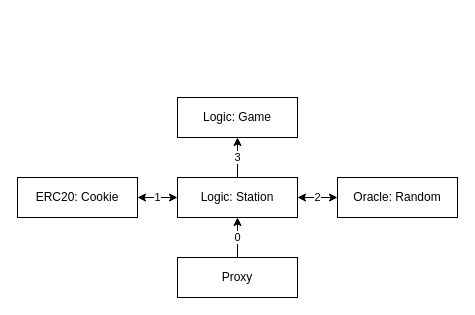
This is Upside_Cookie_Lend.drawio from ooMia/Upside_Cookie_Land, a draw.io file, before an edit. Source tidied: cells renumbered, new cells numbered last; positions are measured from the earlier drawing's top-left corner, leaving out a move shared by most shapes. Both pictures are drawn from the tidied source at 100%, with x=0, y=0 at pixel (17, 97).
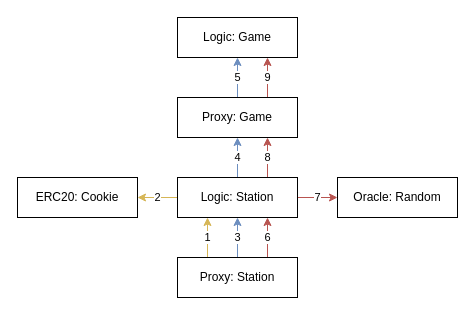
The same page after the edit.

Diff of the diagram source:
```diff
@@
 <mxGraphModel>
   <root>
     <mxCell id="0" />
     <mxCell id="1" parent="0" />
     <mxCell id="2" value="ERC20: Cookie" style="rounded=0;whiteSpace=wrap;html=1;" parent="1" vertex="1">
       <mxGeometry y="80" width="120" height="40" as="geometry" />
     </mxCell>
+    <mxCell id="11" value="5" style="edgeStyle=orthogonalEdgeStyle;rounded=0;jettySize=auto;html=1;entryX=0.5;entryY=1;entryDx=0;entryDy=0;fillColor=#dae8fc;strokeColor=#6c8ebf;" parent="1" edge="1" source="3" target="17">
+      <mxGeometry relative="1" as="geometry" />
+    </mxCell>
+    <mxCell id="12" value="9" style="edgeStyle=orthogonalEdgeStyle;rounded=0;jettySize=auto;html=1;exitX=0.75;exitY=0;exitDx=0;exitDy=0;entryX=0.75;entryY=1;entryDx=0;entryDy=0;fillColor=#f8cecc;strokeColor=#b85450;" parent="1" edge="1" source="3" target="17">
+      <mxGeometry relative="1" as="geometry" />
+    </mxCell>
-    <mxCell id="3" value="Logic: Game" style="rounded=0;whiteSpace=wrap;html=1;" parent="1" vertex="1">
+    <mxCell id="3" value="Proxy: Game" style="rounded=0;whiteSpace=wrap;html=1;" parent="1" vertex="1">
       <mxGeometry x="160" width="120" height="40" as="geometry" />
     </mxCell>
-    <mxCell id="4" value="0" style="edgeStyle=orthogonalEdgeStyle;rounded=0;jettySize=auto;html=1;" parent="1" edge="1" source="5" target="9">
-      <mxGeometry relative="1" as="geometry" />
-    </mxCell>
+    <mxCell id="13" value="6" style="edgeStyle=orthogonalEdgeStyle;rounded=0;jettySize=auto;html=1;exitX=0.75;exitY=0;exitDx=0;exitDy=0;entryX=0.75;entryY=1;entryDx=0;entryDy=0;fillColor=#f8cecc;strokeColor=#b85450;" parent="1" edge="1" source="5" target="9">
+      <mxGeometry relative="1" as="geometry" />
+    </mxCell>
+    <mxCell id="14" value="1" style="edgeStyle=orthogonalEdgeStyle;rounded=0;jettySize=auto;html=1;exitX=0.25;exitY=0;exitDx=0;exitDy=0;entryX=0.25;entryY=1;entryDx=0;entryDy=0;fillColor=#fff2cc;strokeColor=#d6b656;" parent="1" edge="1" source="5" target="9">
+      <mxGeometry relative="1" as="geometry" />
+    </mxCell>
+    <mxCell id="15" value="3" style="edgeStyle=orthogonalEdgeStyle;rounded=0;jettySize=auto;html=1;entryX=0.5;entryY=1;entryDx=0;entryDy=0;fillColor=#dae8fc;strokeColor=#6c8ebf;" parent="1" edge="1" source="5" target="9">
+      <mxGeometry relative="1" as="geometry" />
+    </mxCell>
-    <mxCell id="5" value="Proxy" style="rounded=0;whiteSpace=wrap;html=1;" parent="1" vertex="1">
+    <mxCell id="5" value="Proxy: Station" style="rounded=0;whiteSpace=wrap;html=1;" parent="1" vertex="1">
       <mxGeometry x="160" y="160" width="120" height="40" as="geometry" />
     </mxCell>
-    <mxCell id="6" value="3" style="edgeStyle=orthogonalEdgeStyle;rounded=0;jettySize=auto;html=1;entryX=0.5;entryY=1;entryDx=0;entryDy=0;" parent="1" edge="1" source="9" target="3">
+    <mxCell id="6" value="4" style="edgeStyle=orthogonalEdgeStyle;rounded=0;jettySize=auto;html=1;entryX=0.5;entryY=1;entryDx=0;entryDy=0;fillColor=#dae8fc;strokeColor=#6c8ebf;" parent="1" edge="1" source="9" target="3">
       <mxGeometry relative="1" as="geometry" />
     </mxCell>
-    <mxCell id="7" value="1" style="edgeStyle=orthogonalEdgeStyle;rounded=0;jettySize=auto;html=1;entryX=1;entryY=0.5;entryDx=0;entryDy=0;strokeColor=default;startArrow=classic;startFill=1;" parent="1" edge="1" source="9" target="2">
+    <mxCell id="7" value="2" style="edgeStyle=orthogonalEdgeStyle;rounded=0;jettySize=auto;html=1;entryX=1;entryY=0.5;entryDx=0;entryDy=0;strokeColor=#d6b656;startArrow=none;startFill=0;fillColor=#fff2cc;" parent="1" edge="1" source="9" target="2">
       <mxGeometry relative="1" as="geometry" />
     </mxCell>
-    <mxCell id="8" value="2" style="edgeStyle=orthogonalEdgeStyle;rounded=0;jettySize=auto;html=1;exitX=1;exitY=0.5;exitDx=0;exitDy=0;entryX=0;entryY=0.5;entryDx=0;entryDy=0;startArrow=classic;startFill=1;" parent="1" edge="1" source="9" target="10">
+    <mxCell id="8" value="7" style="edgeStyle=orthogonalEdgeStyle;rounded=0;jettySize=auto;html=1;exitX=1;exitY=0.5;exitDx=0;exitDy=0;entryX=0;entryY=0.5;entryDx=0;entryDy=0;startArrow=none;startFill=0;fillColor=#f8cecc;strokeColor=#b85450;" parent="1" edge="1" source="9" target="10">
       <mxGeometry relative="1" as="geometry" />
     </mxCell>
+    <mxCell id="16" value="8" style="edgeStyle=orthogonalEdgeStyle;rounded=0;jettySize=auto;html=1;exitX=0.75;exitY=0;exitDx=0;exitDy=0;entryX=0.75;entryY=1;entryDx=0;entryDy=0;fillColor=#f8cecc;strokeColor=#b85450;" parent="1" edge="1" source="9" target="3">
+      <mxGeometry relative="1" as="geometry" />
+    </mxCell>
     <mxCell id="9" value="Logic: Station" style="rounded=0;whiteSpace=wrap;html=1;" parent="1" vertex="1">
       <mxGeometry x="160" y="80" width="120" height="40" as="geometry" />
     </mxCell>
     <mxCell id="10" value="Oracle: Random" style="rounded=0;whiteSpace=wrap;html=1;" parent="1" vertex="1">
       <mxGeometry x="320" y="80" width="120" height="40" as="geometry" />
     </mxCell>
+    <mxCell id="17" value="Logic: Game" style="rounded=0;whiteSpace=wrap;html=1;" parent="1" vertex="1">
+      <mxGeometry x="160" y="-80" width="120" height="40" as="geometry" />
+    </mxCell>
   </root>
 </mxGraphModel>
```
